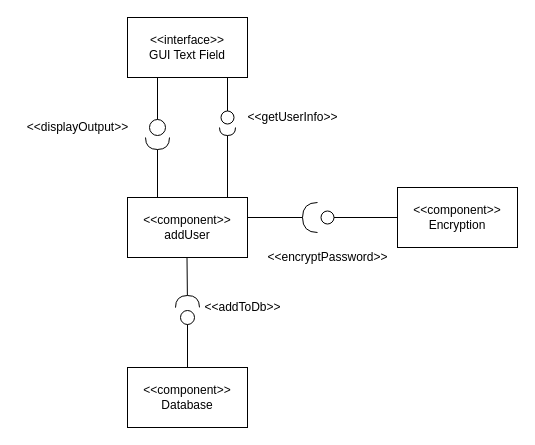
Above: page "AddUser" (1 of 5) of DesignDocument1.drawio in ImBrent/ClassWork (draw.io), before the change. Source tidied: cells renumbered, new cells numbered last; positions are measured from the earlier drawing's top-left corner, leaving out a move shared by most shapes. Both pictures are drawn from the tidied source at 100%, with x=0, y=0 at pixel (17, 17).
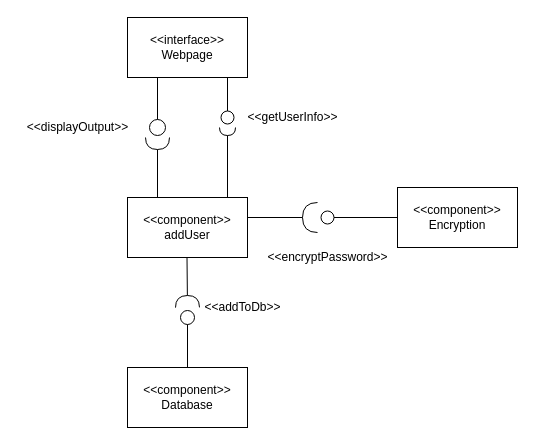
After the change.

Change to the diagram source:
```diff
@@
-    <mxCell id="2" value="&lt;div&gt;&amp;lt;&amp;lt;interface&amp;gt;&amp;gt;&lt;/div&gt;&lt;div&gt;GUI Text Field&lt;br&gt;&lt;/div&gt;" style="rounded=0;whiteSpace=wrap;html=1;" parent="1" vertex="1">
+    <mxCell id="2" value="&lt;div&gt;&amp;lt;&amp;lt;interface&amp;gt;&amp;gt;&lt;/div&gt;&lt;div&gt;Webpage&lt;br&gt;&lt;/div&gt;" style="rounded=0;whiteSpace=wrap;html=1;" parent="1" vertex="1">
       <mxGeometry x="110" width="120" height="60" as="geometry" />
     </mxCell>
```
